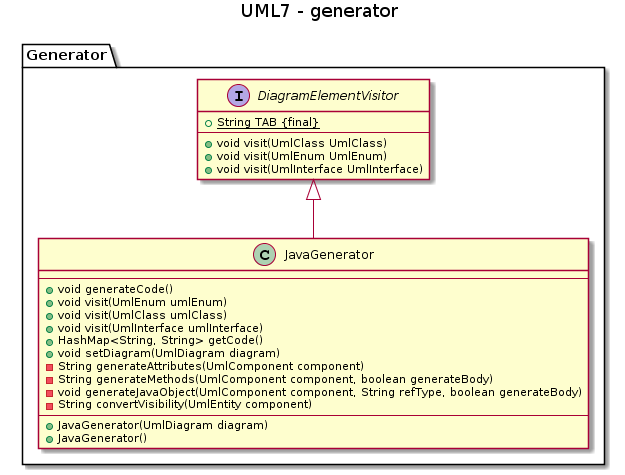
The PlantUML diagram doc/UML/generator.png in echodeltaFR/UML7, before a commit. Its diagram source:
```plantuml
@startuml
title UML7 - generator

interface Generator.DiagramElementVisitor {
    + String TAB {static} {final}
    --
	+ void visit(UmlClass UmlClass)
	+ void visit(UmlEnum UmlEnum)
	+ void visit(UmlInterface UmlInterface)
}

class Generator.JavaGenerator {
    --
    + void generateCode()
    + void visit(UmlEnum umlEnum)
    + void visit(UmlClass umlClass)
    + void visit(UmlInterface umlInterface)
    + HashMap<String, String> getCode()
    + void setDiagram(UmlDiagram diagram)
    - String generateAttributes(UmlComponent component)
    - String generateMethods(UmlComponent component, boolean generateBody)
    - void generateJavaObject(UmlComponent component, String refType, boolean generateBody)
    - String convertVisibility(UmlEntity component)
    --
    + JavaGenerator(UmlDiagram diagram)
    + JavaGenerator()
}

namespace Generator #FFFFFF {

}

Generator.DiagramElementVisitor <|-- Generator.JavaGenerator
@enduml
```
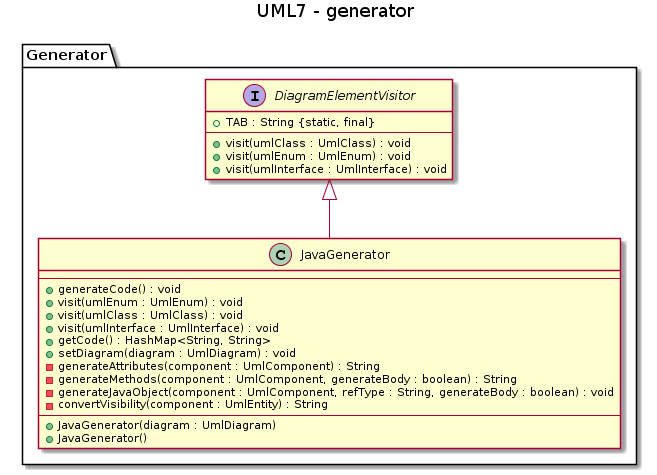
Above is the later version.

Commit message:
MAJ image diagramme générateur

Diff of the diagram source:
```diff
@@ -2,27 +2,27 @@
 title UML7 - generator
 
 interface Generator.DiagramElementVisitor {
-    + String TAB {static} {final}
+    + TAB : String {static, final}
     --
-	+ void visit(UmlClass UmlClass)
-	+ void visit(UmlEnum UmlEnum)
-	+ void visit(UmlInterface UmlInterface)
+	+ visit(umlClass : UmlClass) : void
+	+ visit(umlEnum : UmlEnum) : void
+	+ visit(umlInterface : UmlInterface) : void
 }
 
 class Generator.JavaGenerator {
     --
-    + void generateCode()
-    + void visit(UmlEnum umlEnum)
-    + void visit(UmlClass umlClass)
-    + void visit(UmlInterface umlInterface)
-    + HashMap<String, String> getCode()
-    + void setDiagram(UmlDiagram diagram)
-    - String generateAttributes(UmlComponent component)
-    - String generateMethods(UmlComponent component, boolean generateBody)
-    - void generateJavaObject(UmlComponent component, String refType, boolean generateBody)
-    - String convertVisibility(UmlEntity component)
+    + generateCode() : void
+    + visit(umlEnum : UmlEnum) : void
+    + visit(umlClass : UmlClass) : void
+    + visit(umlInterface : UmlInterface) : void
+    + getCode() : HashMap<String, String>
+    + setDiagram(diagram : UmlDiagram) : void
+    - generateAttributes(component : UmlComponent) : String
+    - generateMethods(component : UmlComponent, generateBody : boolean) : String
+    - generateJavaObject(component : UmlComponent, refType : String, generateBody : boolean) : void
+    - convertVisibility(component : UmlEntity) : String
     --
-    + JavaGenerator(UmlDiagram diagram)
+    + JavaGenerator(diagram : UmlDiagram)
     + JavaGenerator()
 }
 
```
